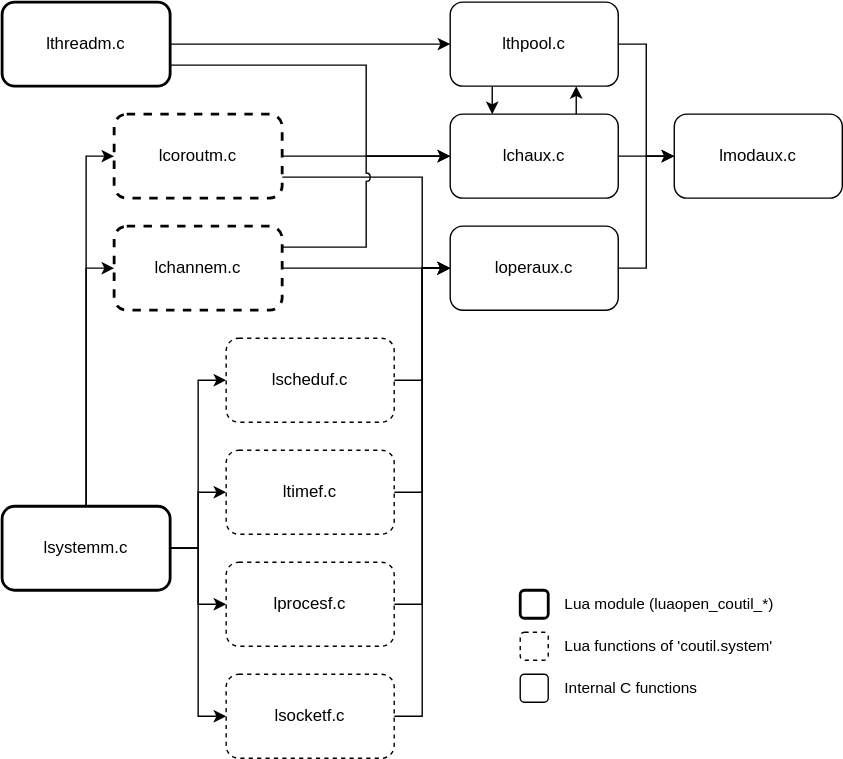
The draw.io diagram doc/diagrams.svg in renatomaia/coutil, before a commit. Source tidied: cells renumbered, new cells last; positions are measured from the earlier drawing's top-left corner, leaving out a move shared by most shapes.
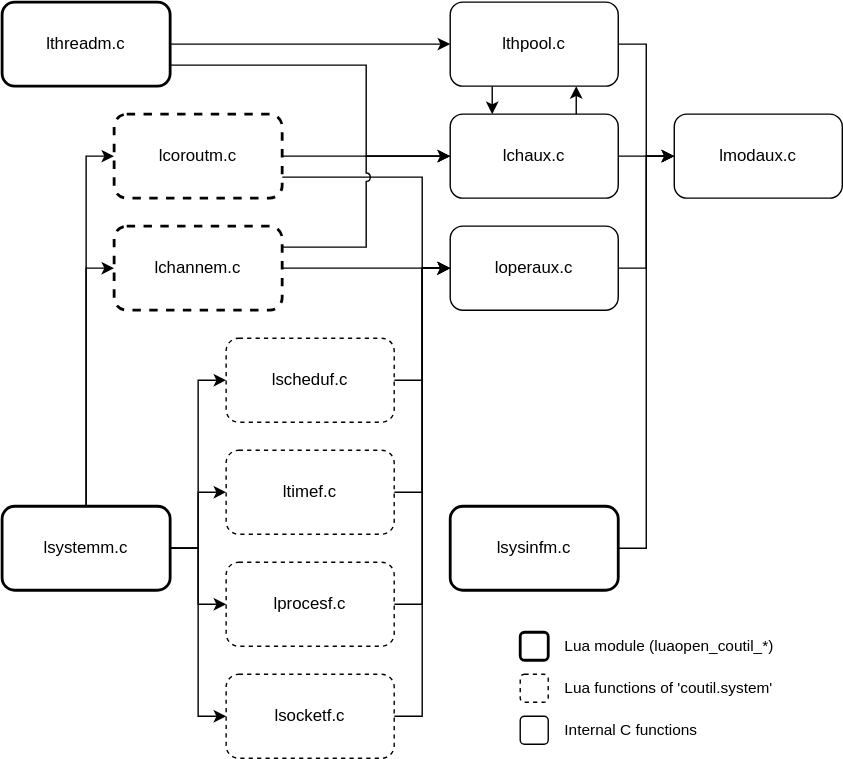
Later version of the same file.

Change to the diagram source:
```diff
@@ -100,22 +100,22 @@
       <mxGeometry relative="1" as="geometry" />
     </mxCell>
     <mxCell id="31" value="Lua module (luaopen_coutil_*)" style="text;html=1;strokeColor=none;fillColor=none;align=left;verticalAlign=middle;whiteSpace=wrap;rounded=0;fontSize=11;" parent="1" vertex="1">
-      <mxGeometry x="400" y="420" width="200" height="20" as="geometry" />
+      <mxGeometry x="400" y="450" width="200" height="20" as="geometry" />
     </mxCell>
     <mxCell id="32" value="Lua functions of 'coutil.system'" style="text;html=1;strokeColor=none;fillColor=none;align=left;verticalAlign=middle;whiteSpace=wrap;rounded=0;fontSize=11;" parent="1" vertex="1">
-      <mxGeometry x="400" y="450" width="200" height="20" as="geometry" />
+      <mxGeometry x="400" y="480" width="200" height="20" as="geometry" />
     </mxCell>
     <mxCell id="33" value="Internal C functions" style="text;html=1;strokeColor=none;fillColor=none;align=left;verticalAlign=middle;whiteSpace=wrap;rounded=0;fontSize=11;" parent="1" vertex="1">
-      <mxGeometry x="400" y="480" width="200" height="20" as="geometry" />
+      <mxGeometry x="400" y="510" width="200" height="20" as="geometry" />
     </mxCell>
     <mxCell id="34" style="rounded=1;whiteSpace=wrap;html=1;strokeWidth=2;" parent="1" vertex="1">
-      <mxGeometry x="370" y="420" width="20" height="20" as="geometry" />
+      <mxGeometry x="370" y="450" width="20" height="20" as="geometry" />
     </mxCell>
     <mxCell id="35" style="rounded=1;whiteSpace=wrap;html=1;dashed=1;" parent="1" vertex="1">
-      <mxGeometry x="370" y="450" width="20" height="20" as="geometry" />
+      <mxGeometry x="370" y="480" width="20" height="20" as="geometry" />
     </mxCell>
     <mxCell id="36" style="rounded=1;whiteSpace=wrap;html=1;" parent="1" vertex="1">
-      <mxGeometry x="370" y="480" width="20" height="20" as="geometry" />
+      <mxGeometry x="370" y="510" width="20" height="20" as="geometry" />
     </mxCell>
     <mxCell id="37" value="lsystemm.c" style="rounded=1;whiteSpace=wrap;html=1;strokeWidth=2;" parent="1" vertex="1">
       <mxGeometry y="360" width="120" height="60" as="geometry" />
@@ -129,5 +129,11 @@
     <mxCell id="40" value="lchannem.c" style="rounded=1;whiteSpace=wrap;html=1;strokeWidth=2;dashed=1;" parent="1" vertex="1">
       <mxGeometry x="80" y="160" width="120" height="60" as="geometry" />
     </mxCell>
+    <mxCell id="41" style="edgeStyle=orthogonalEdgeStyle;rounded=0;jettySize=auto;html=1;entryX=0;entryY=0.5;entryDx=0;entryDy=0;" parent="1" edge="1" source="42" target="23">
+      <mxGeometry relative="1" as="geometry" />
+    </mxCell>
+    <mxCell id="42" value="lsysinfm.c" style="rounded=1;whiteSpace=wrap;html=1;strokeWidth=2;" parent="1" vertex="1">
+      <mxGeometry x="320" y="360" width="120" height="60" as="geometry" />
+    </mxCell>
   </root>
 </mxGraphModel>
```
